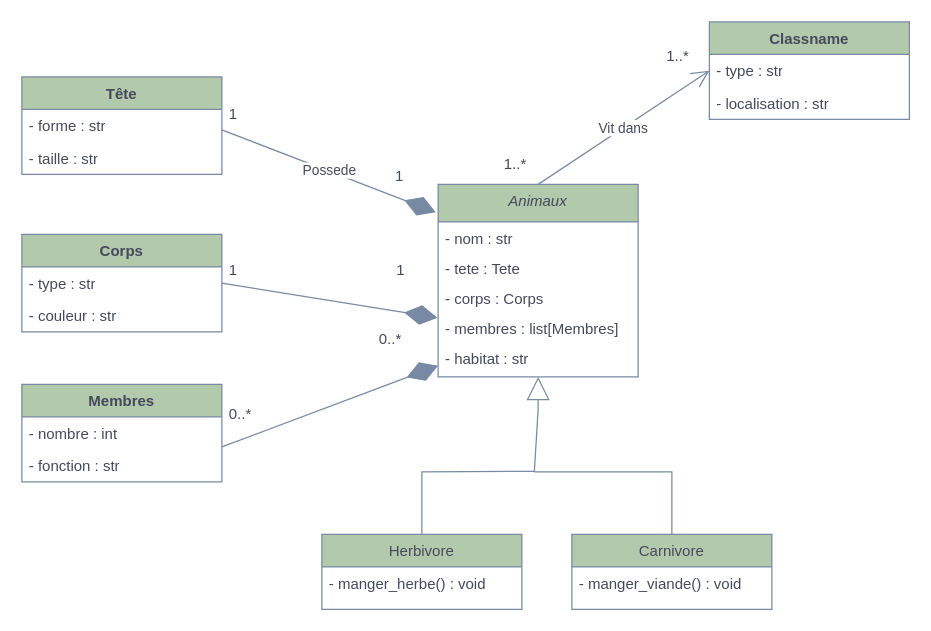
The draw.io diagram page "Animaux" (1 of 3) of TP05_Animaux_UML.drawio in toruke/Demo_UML, before the edit. Source tidied: cells renumbered, new cells numbered last; positions are measured from the earlier drawing's top-left corner, leaving out a move shared by most shapes. Both pictures are drawn from the tidied source at 125%, with x=0, y=0 at pixel (21, 21).
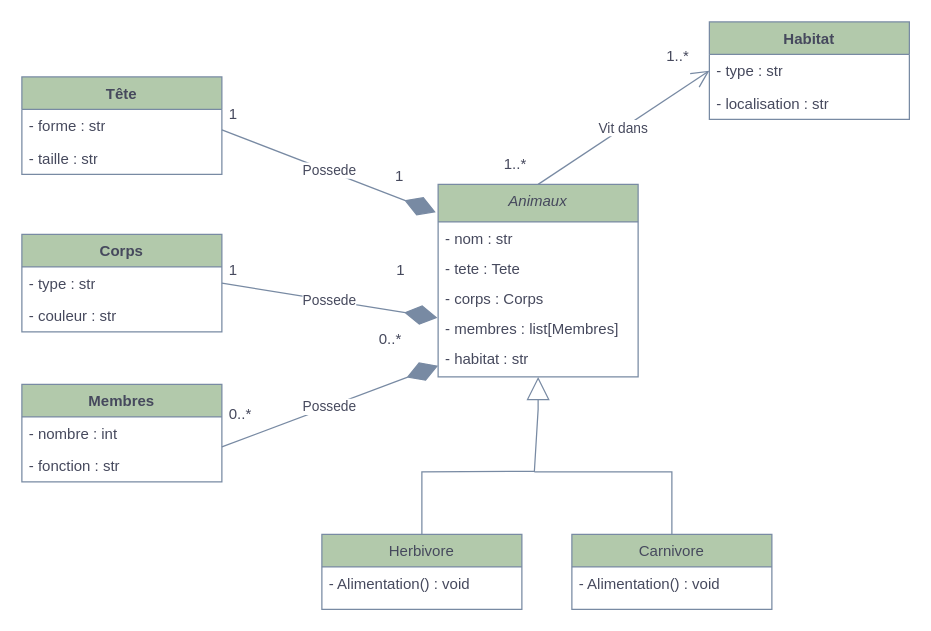
The same diagram, later.

Unchanged cells that the change refers to:
```xml
<mxCell id="8" value="Herbivore" style="swimlane;fontStyle=0;align=center;verticalAlign=top;horizontal=1;startSize=26;rounded=0;shadow=0;strokeWidth=1;labelBackgroundColor=none;fillColor=#B2C9AB;strokeColor=#788AA3;fontColor=#46495D;" parent="1" vertex="1">
  <mxGeometry x="240" y="410" width="160" height="60" as="geometry" />
</mxCell>
<mxCell id="10" value="Carnivore" style="swimlane;fontStyle=0;align=center;verticalAlign=top;horizontal=1;startSize=26;rounded=0;shadow=0;strokeWidth=1;labelBackgroundColor=none;fillColor=#B2C9AB;strokeColor=#788AA3;fontColor=#46495D;" parent="1" vertex="1">
  <mxGeometry x="440" y="410" width="160" height="60" as="geometry" />
</mxCell>
<mxCell id="15" value="- type : str" style="text;strokeColor=none;fillColor=none;align=left;verticalAlign=top;spacingLeft=4;spacingRight=4;overflow=hidden;points=[[0,0.5],[1,0.5]];portConstraint=eastwest;whiteSpace=wrap;html=1;labelBackgroundColor=none;fontColor=#46495D;" parent="14" vertex="1">
  <mxGeometry y="26" width="160" height="26" as="geometry" />
</mxCell>
```

Change to the diagram source:
```diff
@@
-    <mxCell id="9" value="- manger_herbe() : void" style="text;align=left;verticalAlign=top;spacingLeft=4;spacingRight=4;overflow=hidden;labelBackgroundColor=none;fontColor=#46495D;" parent="8" vertex="1">
+    <mxCell id="9" value="- Alimentation() : void" style="text;align=left;verticalAlign=top;spacingLeft=4;spacingRight=4;overflow=hidden;labelBackgroundColor=none;fontColor=#46495D;" parent="8" vertex="1">
       <mxGeometry y="26" width="160" height="24" as="geometry" />
     </mxCell>
@@
-    <mxCell id="11" value="- manger_viande() : void" style="text;align=left;verticalAlign=top;spacingLeft=4;spacingRight=4;overflow=hidden;labelBackgroundColor=none;fontColor=#46495D;" parent="10" vertex="1">
+    <mxCell id="11" value="- Alimentation() : void" style="text;align=left;verticalAlign=top;spacingLeft=4;spacingRight=4;overflow=hidden;labelBackgroundColor=none;fontColor=#46495D;" parent="10" vertex="1">
       <mxGeometry y="26" width="160" height="24" as="geometry" />
     </mxCell>
@@
-    <mxCell id="24" style="endArrow=diamondThin;endFill=1;endSize=24;html=1;rounded=0;strokeColor=#788AA3;fontColor=#46495D;fillColor=#B2C9AB;entryX=-0.004;entryY=1.196;entryDx=0;entryDy=0;entryPerimeter=0;exitX=1;exitY=0.5;exitDx=0;exitDy=0;" parent="1" edge="1" source="15">
+    <mxCell id="24" value="Possede" style="endArrow=diamondThin;endFill=1;endSize=24;html=1;rounded=0;strokeColor=#788AA3;fontColor=#46495D;fillColor=#B2C9AB;entryX=-0.004;entryY=1.196;entryDx=0;entryDy=0;entryPerimeter=0;exitX=1;exitY=0.5;exitDx=0;exitDy=0;" parent="1" edge="1" source="15">
       <mxGeometry relative="1" as="geometry">
         <mxPoint x="332.4" y="236.7" as="targetPoint" />
       </mxGeometry>
     </mxCell>
-    <mxCell id="25" style="endArrow=diamondThin;endFill=1;endSize=24;html=1;rounded=0;strokeColor=#788AA3;fontColor=#46495D;fillColor=#B2C9AB;entryX=0;entryY=0.5;entryDx=0;entryDy=0;" parent="1" edge="1">
+    <mxCell id="25" value="Possede" style="endArrow=diamondThin;endFill=1;endSize=24;html=1;rounded=0;strokeColor=#788AA3;fontColor=#46495D;fillColor=#B2C9AB;entryX=0;entryY=0.5;entryDx=0;entryDy=0;" parent="1" edge="1">
       <mxGeometry relative="1" as="geometry">
         <mxPoint x="160" y="340" as="sourcePoint" />
         <mxPoint x="333" y="275" as="targetPoint" />
       </mxGeometry>
     </mxCell>
-    <mxCell id="26" value="Classname" style="swimlane;fontStyle=1;align=center;verticalAlign=top;horizontal=1;startSize=26;whiteSpace=wrap;html=1;strokeColor=#788AA3;fontColor=#46495D;fillColor=#B2C9AB;" parent="1" vertex="1">
+    <mxCell id="26" value="Habitat" style="swimlane;fontStyle=1;align=center;verticalAlign=top;horizontal=1;startSize=26;whiteSpace=wrap;html=1;strokeColor=#788AA3;fontColor=#46495D;fillColor=#B2C9AB;" parent="1" vertex="1">
       <mxGeometry x="550" width="160" height="78" as="geometry" />
     </mxCell>
```
